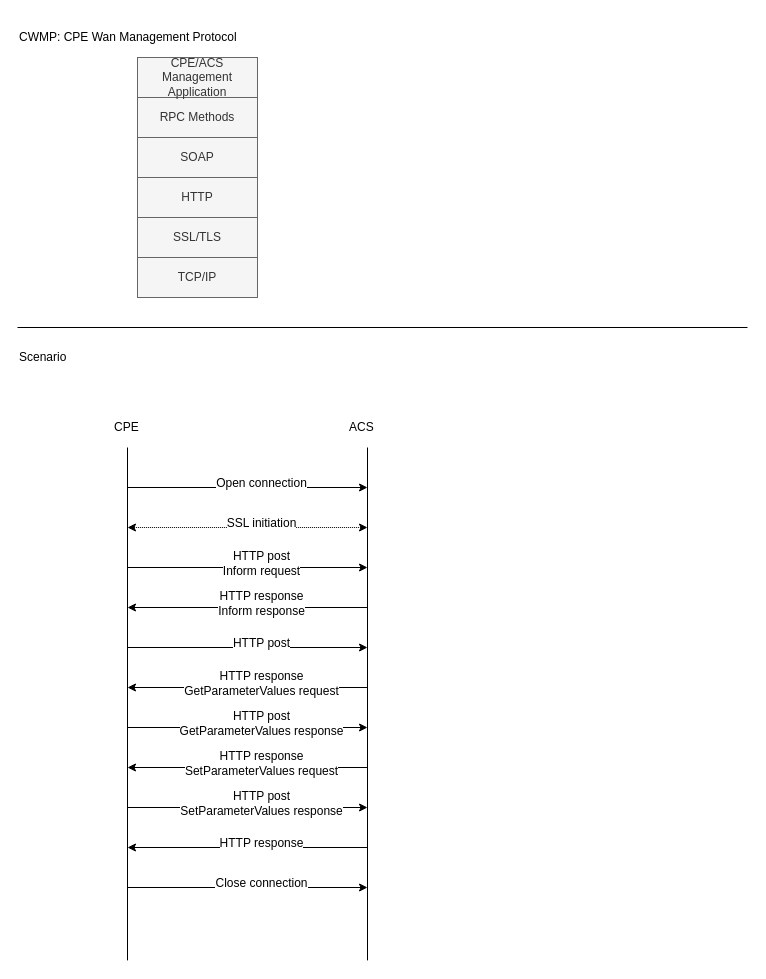
Above: page "TR069" (2 of 2) of AP7465CE.drawio in nelsonchung/drawio (draw.io), before the change. Source tidied: cells renumbered, new cells numbered last; positions are measured from the earlier drawing's top-left corner, leaving out a move shared by most shapes. Both pictures are drawn from the tidied source at 100%, with x=0, y=0 at pixel (17, 17).
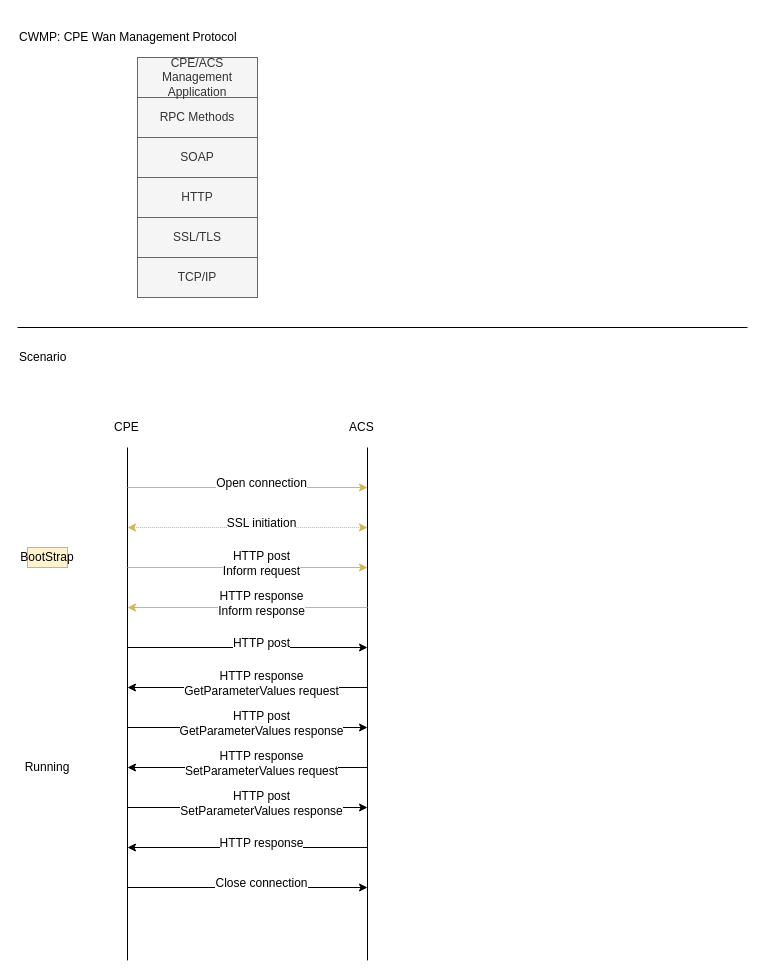
The same diagram, later.

Commit message:
[AP7465CE] TR069的流程分為bootstrap and runinning

Diff of the diagram source:
```diff
@@
-    <mxCell id="15" style="endArrow=classic;html=1;" parent="1" edge="1">
+    <mxCell id="15" style="endArrow=classic;html=1;fillColor=#fff2cc;strokeColor=#d6b656;" parent="1" edge="1">
       <mxGeometry relative="1" as="geometry">
         <mxPoint x="110" y="470" as="sourcePoint" />
         <mxPoint x="350" y="470" as="targetPoint" />
       </mxGeometry>
     </mxCell>
@@
-    <mxCell id="17" style="endArrow=classic;html=1;startArrow=classic;startFill=1;dashed=1;dashPattern=1 1;" parent="1" edge="1">
+    <mxCell id="17" style="endArrow=classic;html=1;startArrow=classic;startFill=1;dashed=1;dashPattern=1 1;fillColor=#fff2cc;strokeColor=#d6b656;" parent="1" edge="1">
       <mxGeometry relative="1" as="geometry">
         <mxPoint x="110" y="510" as="sourcePoint" />
         <mxPoint x="350" y="510" as="targetPoint" />
       </mxGeometry>
     </mxCell>
@@
-    <mxCell id="19" style="endArrow=classic;html=1;" parent="1" edge="1">
+    <mxCell id="19" style="endArrow=classic;html=1;fillColor=#fff2cc;strokeColor=#d6b656;" parent="1" edge="1">
       <mxGeometry relative="1" as="geometry">
         <mxPoint x="110" y="550" as="sourcePoint" />
         <mxPoint x="350" y="550" as="targetPoint" />
       </mxGeometry>
     </mxCell>
@@
-    <mxCell id="21" style="endArrow=none;html=1;startArrow=classic;startFill=1;endFill=0;" parent="1" edge="1">
+    <mxCell id="21" style="endArrow=none;html=1;startArrow=classic;startFill=1;endFill=0;fillColor=#fff2cc;strokeColor=#d6b656;" parent="1" edge="1">
       <mxGeometry relative="1" as="geometry">
         <mxPoint x="110" y="590" as="sourcePoint" />
         <mxPoint x="350" y="590" as="targetPoint" />
       </mxGeometry>
     </mxCell>
@@
+    <mxCell id="37" value="BootStrap" style="text;html=1;strokeColor=#d6b656;fillColor=#fff2cc;align=center;verticalAlign=middle;whiteSpace=wrap;rounded=0;" parent="1" vertex="1">
+      <mxGeometry x="10" y="530" width="40" height="20" as="geometry" />
+    </mxCell>
+    <mxCell id="38" value="Running" style="text;html=1;strokeColor=none;fillColor=none;align=center;verticalAlign=middle;whiteSpace=wrap;rounded=0;" parent="1" vertex="1">
+      <mxGeometry x="10" y="740" width="40" height="20" as="geometry" />
+    </mxCell>
```
